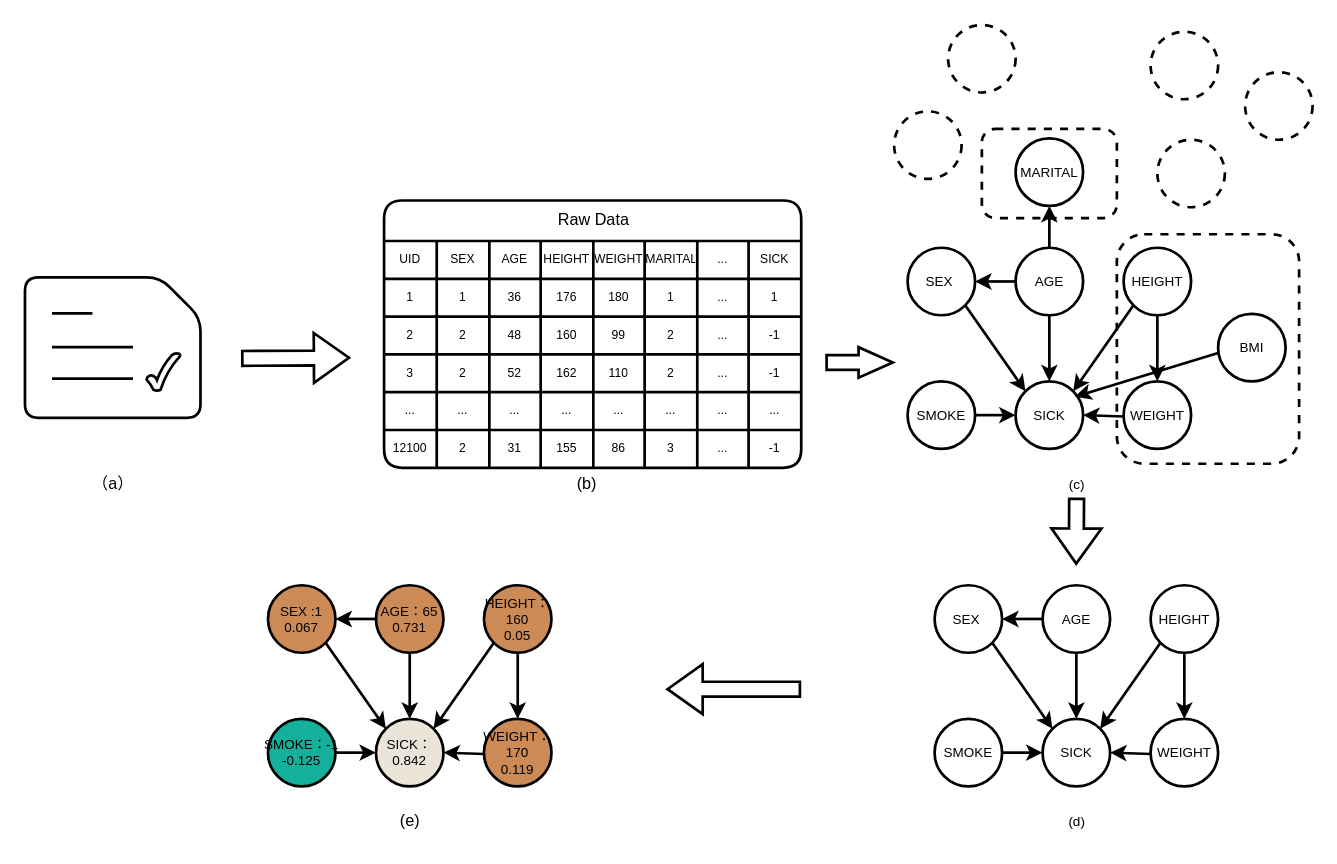
Above: Untitled Diagram.drawio in pardonpardon/graph (draw.io), before the change. Source tidied: cells renumbered, new cells numbered last; positions are measured from the earlier drawing's top-left corner, leaving out a move shared by most shapes. Both pictures are drawn from the tidied source at 135%, with x=0, y=0 at pixel (24, 24).
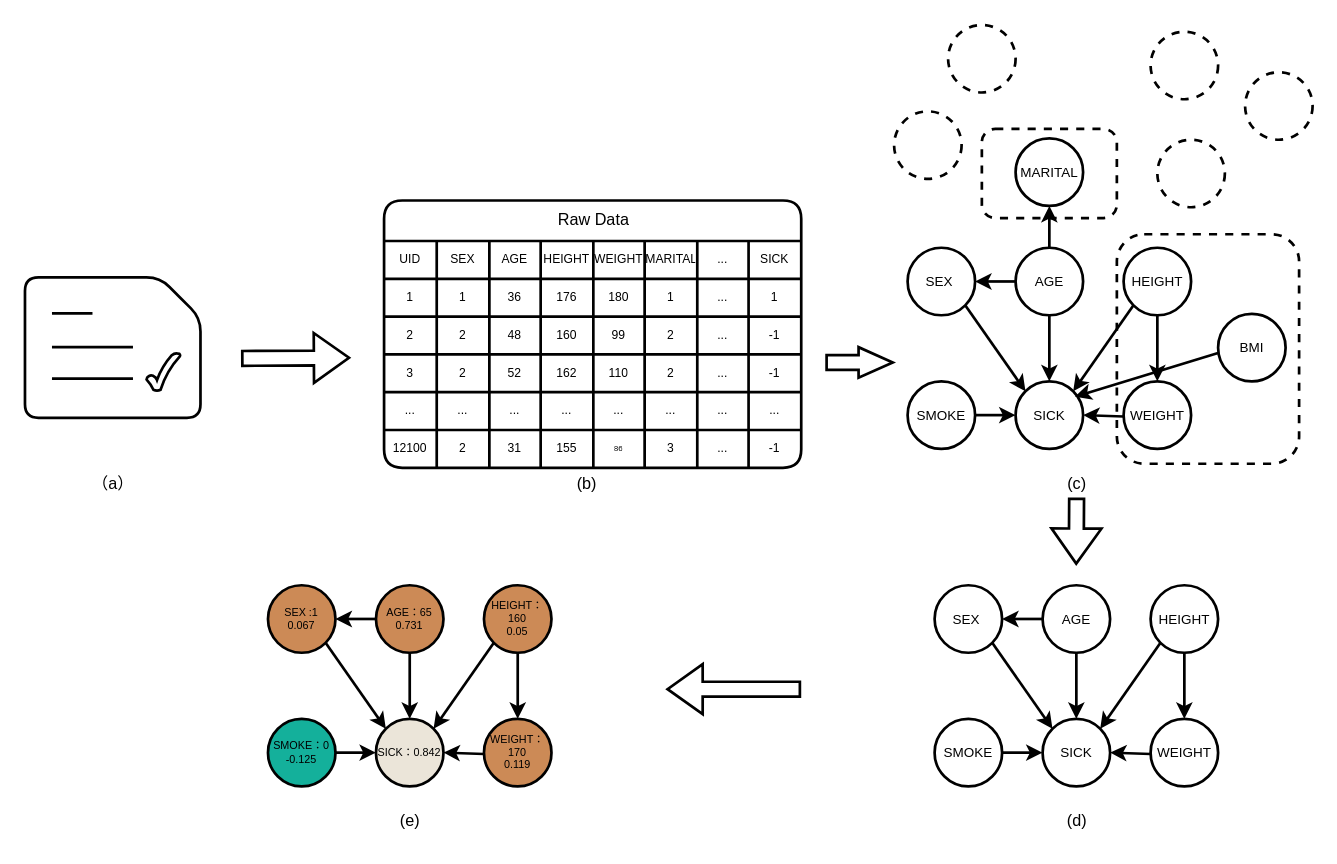
The same page after the edit.

Unchanged cells that the change refers to:
```xml
<mxCell id="51" style="shape=tableRow;horizontal=0;startSize=0;swimlaneHead=0;swimlaneBody=0;top=0;left=0;bottom=0;right=0;fillColor=none;rounded=0;glass=0;fontFamily=Helvetica;fontSize=9;fontColor=default;strokeColor=#c0c0c0;html=1;shadow=1;" parent="5" vertex="1">
  <mxGeometry y="170" width="309" height="28" as="geometry" />
</mxCell>
```

What changed in the source:
```diff
@@
-    <mxCell id="56" value="86" style="shape=partialRectangle;html=1;whiteSpace=wrap;overflow=hidden;fillColor=none;top=0;left=0;bottom=0;right=0;rounded=0;glass=0;fontFamily=Helvetica;fontSize=9;fontColor=default;startSize=30;strokeColor=#c0c0c0;shadow=1;" parent="51" vertex="1">
+    <mxCell id="56" value="86" style="shape=partialRectangle;html=1;whiteSpace=wrap;overflow=hidden;fillColor=none;top=0;left=0;bottom=0;right=0;rounded=0;glass=0;fontFamily=Helvetica;fontSize=6;fontColor=default;startSize=30;strokeColor=#c0c0c0;shadow=1;" parent="51" vertex="1">
       <mxGeometry x="155" width="38" height="28" as="geometry" />
     </mxCell>
@@
-    <mxCell id="62" value="&lt;font style=&quot;font-size: 10px;&quot;&gt;SEX :1&lt;br style=&quot;font-size: 10px;&quot;&gt;0.067&lt;/font&gt;" style="ellipse;whiteSpace=wrap;html=1;fontFamily=Helvetica;fontSize=10;fontColor=#000000;strokeColor=#000000;fillColor=#cc8a56;strokeWidth=2;" parent="1" vertex="1">
+    <mxCell id="62" value="&lt;font style=&quot;font-size: 8px;&quot;&gt;SEX :1&lt;br style=&quot;font-size: 8px;&quot;&gt;0.067&lt;/font&gt;" style="ellipse;whiteSpace=wrap;html=1;fontFamily=Helvetica;fontSize=8;fontColor=#000000;strokeColor=#000000;fillColor=#cc8a56;strokeWidth=2;" parent="1" vertex="1">
       <mxGeometry x="180" y="415" width="50" height="50" as="geometry" />
     </mxCell>
-    <mxCell id="63" value="&lt;font style=&quot;font-size: 10px;&quot;&gt;AGE：65&lt;br style=&quot;font-size: 10px;&quot;&gt;0.731&lt;/font&gt;" style="ellipse;whiteSpace=wrap;html=1;fontFamily=Helvetica;fontSize=10;fontColor=#000000;strokeColor=#000000;fillColor=#cc8a56;strokeWidth=2;" parent="1" vertex="1">
+    <mxCell id="63" value="&lt;font style=&quot;font-size: 8px;&quot;&gt;AGE：65&lt;br style=&quot;font-size: 8px;&quot;&gt;0.731&lt;/font&gt;" style="ellipse;whiteSpace=wrap;html=1;fontFamily=Helvetica;fontSize=8;fontColor=#000000;strokeColor=#000000;fillColor=#cc8a56;strokeWidth=2;" parent="1" vertex="1">
       <mxGeometry x="260" y="415" width="50" height="50" as="geometry" />
     </mxCell>
-    <mxCell id="64" value="&lt;font style=&quot;font-size: 10px;&quot;&gt;HEIGHT：160&lt;br style=&quot;font-size: 10px;&quot;&gt;0.05&lt;/font&gt;" style="ellipse;whiteSpace=wrap;html=1;fontFamily=Helvetica;fontSize=10;fontColor=#000000;strokeColor=#000000;fillColor=#cc8a56;strokeWidth=2;" parent="1" vertex="1">
+    <mxCell id="64" value="&lt;font style=&quot;font-size: 8px;&quot;&gt;HEIGHT：160&lt;br style=&quot;font-size: 8px;&quot;&gt;0.05&lt;/font&gt;" style="ellipse;whiteSpace=wrap;html=1;fontFamily=Helvetica;fontSize=8;fontColor=#000000;strokeColor=#000000;fillColor=#cc8a56;strokeWidth=2;" parent="1" vertex="1">
       <mxGeometry x="340" y="415" width="50" height="50" as="geometry" />
     </mxCell>
-    <mxCell id="65" value="&lt;font style=&quot;font-size: 10px;&quot;&gt;SICK：0.842&lt;/font&gt;" style="ellipse;whiteSpace=wrap;html=1;fontFamily=Helvetica;fontSize=10;fontColor=#000000;strokeColor=#000000;fillColor=#ebe5d9;strokeWidth=2;" parent="1" vertex="1">
+    <mxCell id="65" value="&lt;font style=&quot;font-size: 8px;&quot;&gt;SICK：0.842&lt;/font&gt;" style="ellipse;whiteSpace=wrap;html=1;fontFamily=Helvetica;fontSize=8;fontColor=#000000;strokeColor=#000000;fillColor=#ebe5d9;strokeWidth=2;" parent="1" vertex="1">
       <mxGeometry x="260" y="514" width="50" height="50" as="geometry" />
     </mxCell>
-    <mxCell id="66" value="&lt;font style=&quot;font-size: 10px;&quot;&gt;WEIGHT：170&lt;br style=&quot;font-size: 10px;&quot;&gt;0.119&lt;/font&gt;" style="ellipse;whiteSpace=wrap;html=1;fontFamily=Helvetica;fontSize=10;fontColor=#000000;strokeColor=#000000;fillColor=#cc8a56;strokeWidth=2;" parent="1" vertex="1">
+    <mxCell id="66" value="&lt;font style=&quot;font-size: 8px;&quot;&gt;WEIGHT：170&lt;br style=&quot;font-size: 8px;&quot;&gt;0.119&lt;/font&gt;" style="ellipse;whiteSpace=wrap;html=1;fontFamily=Helvetica;fontSize=8;fontColor=#000000;strokeColor=#000000;fillColor=#cc8a56;strokeWidth=2;" parent="1" vertex="1">
       <mxGeometry x="340" y="514" width="50" height="50" as="geometry" />
     </mxCell>
-    <mxCell id="67" value="&lt;font style=&quot;font-size: 10px;&quot;&gt;SMOKE：-1&lt;br style=&quot;font-size: 10px;&quot;&gt;-0.125&lt;/font&gt;" style="ellipse;whiteSpace=wrap;html=1;fontFamily=Helvetica;fontSize=10;fontColor=#000000;strokeColor=#000000;fillColor=#14b09b;strokeWidth=2;" parent="1" vertex="1">
+    <mxCell id="67" value="&lt;font style=&quot;font-size: 8px;&quot;&gt;SMOKE：0&lt;br style=&quot;font-size: 8px;&quot;&gt;-0.125&lt;/font&gt;" style="ellipse;whiteSpace=wrap;html=1;fontFamily=Helvetica;fontSize=8;fontColor=#000000;strokeColor=#000000;fillColor=#14b09b;strokeWidth=2;" parent="1" vertex="1">
       <mxGeometry x="180" y="514" width="50" height="50" as="geometry" />
     </mxCell>
-    <mxCell id="68" style="endArrow=classic;html=1;rounded=0;fontFamily=Helvetica;fontSize=10;fontColor=#000000;entryX=0.5;entryY=0;entryDx=0;entryDy=0;exitX=0.5;exitY=1;exitDx=0;exitDy=0;strokeWidth=2;" parent="1" edge="1" source="63" target="65">
+    <mxCell id="68" style="endArrow=classic;html=1;rounded=0;fontFamily=Helvetica;fontSize=8;fontColor=#000000;entryX=0.5;entryY=0;entryDx=0;entryDy=0;exitX=0.5;exitY=1;exitDx=0;exitDy=0;strokeWidth=2;" parent="1" edge="1" source="63" target="65">
       <mxGeometry relative="1" as="geometry" />
     </mxCell>
-    <mxCell id="69" style="endArrow=classic;html=1;rounded=0;fontFamily=Helvetica;fontSize=10;fontColor=#000000;entryX=1;entryY=0.5;entryDx=0;entryDy=0;strokeWidth=2;" parent="1" edge="1" target="62">
+    <mxCell id="69" style="endArrow=classic;html=1;rounded=0;fontFamily=Helvetica;fontSize=8;fontColor=#000000;entryX=1;entryY=0.5;entryDx=0;entryDy=0;strokeWidth=2;" parent="1" edge="1" target="62">
       <mxGeometry relative="1" as="geometry">
         <mxPoint x="260" y="440" as="sourcePoint" />
       </mxGeometry>
     </mxCell>
-    <mxCell id="70" style="endArrow=classic;html=1;rounded=0;fontFamily=Helvetica;fontSize=10;fontColor=#000000;entryX=1;entryY=0;entryDx=0;entryDy=0;exitX=0;exitY=1;exitDx=0;exitDy=0;strokeWidth=2;" parent="1" edge="1" source="64" target="65">
+    <mxCell id="70" style="endArrow=classic;html=1;rounded=0;fontFamily=Helvetica;fontSize=8;fontColor=#000000;entryX=1;entryY=0;entryDx=0;entryDy=0;exitX=0;exitY=1;exitDx=0;exitDy=0;strokeWidth=2;" parent="1" edge="1" source="64" target="65">
       <mxGeometry relative="1" as="geometry" />
     </mxCell>
-    <mxCell id="71" style="endArrow=classic;html=1;rounded=0;fontFamily=Helvetica;fontSize=10;fontColor=#000000;entryX=0.5;entryY=0;entryDx=0;entryDy=0;exitX=0.5;exitY=1;exitDx=0;exitDy=0;strokeWidth=2;" parent="1" edge="1" source="64" target="66">
+    <mxCell id="71" style="endArrow=classic;html=1;rounded=0;fontFamily=Helvetica;fontSize=8;fontColor=#000000;entryX=0.5;entryY=0;entryDx=0;entryDy=0;exitX=0.5;exitY=1;exitDx=0;exitDy=0;strokeWidth=2;" parent="1" edge="1" source="64" target="66">
       <mxGeometry relative="1" as="geometry" />
     </mxCell>
-    <mxCell id="72" style="endArrow=classic;html=1;rounded=0;fontFamily=Helvetica;fontSize=10;fontColor=#000000;entryX=0;entryY=0.5;entryDx=0;entryDy=0;exitX=1;exitY=0.5;exitDx=0;exitDy=0;strokeWidth=2;" parent="1" edge="1" source="67" target="65">
+    <mxCell id="72" style="endArrow=classic;html=1;rounded=0;fontFamily=Helvetica;fontSize=8;fontColor=#000000;entryX=0;entryY=0.5;entryDx=0;entryDy=0;exitX=1;exitY=0.5;exitDx=0;exitDy=0;strokeWidth=2;" parent="1" edge="1" source="67" target="65">
       <mxGeometry relative="1" as="geometry" />
     </mxCell>
-    <mxCell id="73" style="endArrow=classic;html=1;rounded=0;fontFamily=Helvetica;fontSize=10;fontColor=#000000;entryX=0;entryY=0;entryDx=0;entryDy=0;exitX=1;exitY=1;exitDx=0;exitDy=0;strokeWidth=2;" parent="1" edge="1" source="62" target="65">
+    <mxCell id="73" style="endArrow=classic;html=1;rounded=0;fontFamily=Helvetica;fontSize=8;fontColor=#000000;entryX=0;entryY=0;entryDx=0;entryDy=0;exitX=1;exitY=1;exitDx=0;exitDy=0;strokeWidth=2;" parent="1" edge="1" source="62" target="65">
       <mxGeometry relative="1" as="geometry" />
     </mxCell>
-    <mxCell id="74" style="endArrow=classic;html=1;rounded=0;fontFamily=Helvetica;fontSize=10;fontColor=#000000;entryX=1;entryY=0.5;entryDx=0;entryDy=0;strokeWidth=2;" parent="1" edge="1" target="65">
+    <mxCell id="74" style="endArrow=classic;html=1;rounded=0;fontFamily=Helvetica;fontSize=8;fontColor=#000000;entryX=1;entryY=0.5;entryDx=0;entryDy=0;strokeWidth=2;" parent="1" edge="1" target="65">
       <mxGeometry relative="1" as="geometry">
         <mxPoint x="340" y="540" as="sourcePoint" />
       </mxGeometry>
     </mxCell>
-    <mxCell id="75" value="(b)" style="text;html=1;align=center;verticalAlign=middle;strokeColor=none;fillColor=none;" parent="1" vertex="1">
+    <mxCell id="75" value="(b)" style="text;html=1;align=center;verticalAlign=middle;strokeColor=none;fillColor=none;strokeWidth=4;fontSize=12;" parent="1" vertex="1">
       <mxGeometry x="396" y="325" width="40" height="30" as="geometry" />
     </mxCell>
-    <mxCell id="76" value="(c)" style="text;html=1;align=center;verticalAlign=middle;strokeColor=none;fillColor=none;fontSize=10;" parent="1" vertex="1">
+    <mxCell id="76" value="(c)" style="text;html=1;align=center;verticalAlign=middle;strokeColor=none;fillColor=none;fontSize=12;strokeWidth=4;" parent="1" vertex="1">
       <mxGeometry x="758.8" y="325" width="40" height="30" as="geometry" />
     </mxCell>
-    <mxCell id="77" value="(d)" style="text;html=1;align=center;verticalAlign=middle;strokeColor=none;fillColor=none;fontSize=10;" parent="1" vertex="1">
+    <mxCell id="77" value="(d)" style="text;html=1;align=center;verticalAlign=middle;strokeColor=none;fillColor=none;fontSize=12;strokeWidth=4;" parent="1" vertex="1">
       <mxGeometry x="758.8" y="575" width="40" height="30" as="geometry" />
     </mxCell>
-    <mxCell id="78" value="(e)" style="text;html=1;align=center;verticalAlign=middle;strokeColor=none;fillColor=none;" parent="1" vertex="1">
+    <mxCell id="78" value="(e)" style="text;html=1;align=center;verticalAlign=middle;strokeColor=none;fillColor=none;strokeWidth=4;fontSize=12;" parent="1" vertex="1">
       <mxGeometry x="265" y="575" width="40" height="30" as="geometry" />
     </mxCell>
-    <mxCell id="79" style="shape=flexArrow;endArrow=classic;html=1;rounded=0;fontFamily=Helvetica;fontSize=9;fontColor=default;startSize=0;endWidth=24;endSize=8;width=10;strokeWidth=2;" parent="1" edge="1">
+    <mxCell id="79" style="shape=flexArrow;endArrow=classic;html=1;rounded=0;fontFamily=Helvetica;fontSize=10;fontColor=default;startSize=0;endWidth=24;endSize=8;width=10;strokeWidth=2;" parent="1" edge="1">
       <mxGeometry relative="1" as="geometry">
         <mxPoint x="575" y="492" as="sourcePoint" />
         <mxPoint x="475" y="492" as="targetPoint" />
       </mxGeometry>
     </mxCell>
-    <mxCell id="80" value="（a）" style="text;html=1;align=center;verticalAlign=middle;strokeColor=none;fillColor=none;" parent="1" vertex="1">
+    <mxCell id="80" value="（a）" style="text;html=1;align=center;verticalAlign=middle;strokeColor=none;fillColor=none;strokeWidth=4;fontSize=12;" parent="1" vertex="1">
       <mxGeometry x="40" y="325" width="50" height="30" as="geometry" />
     </mxCell>
```
